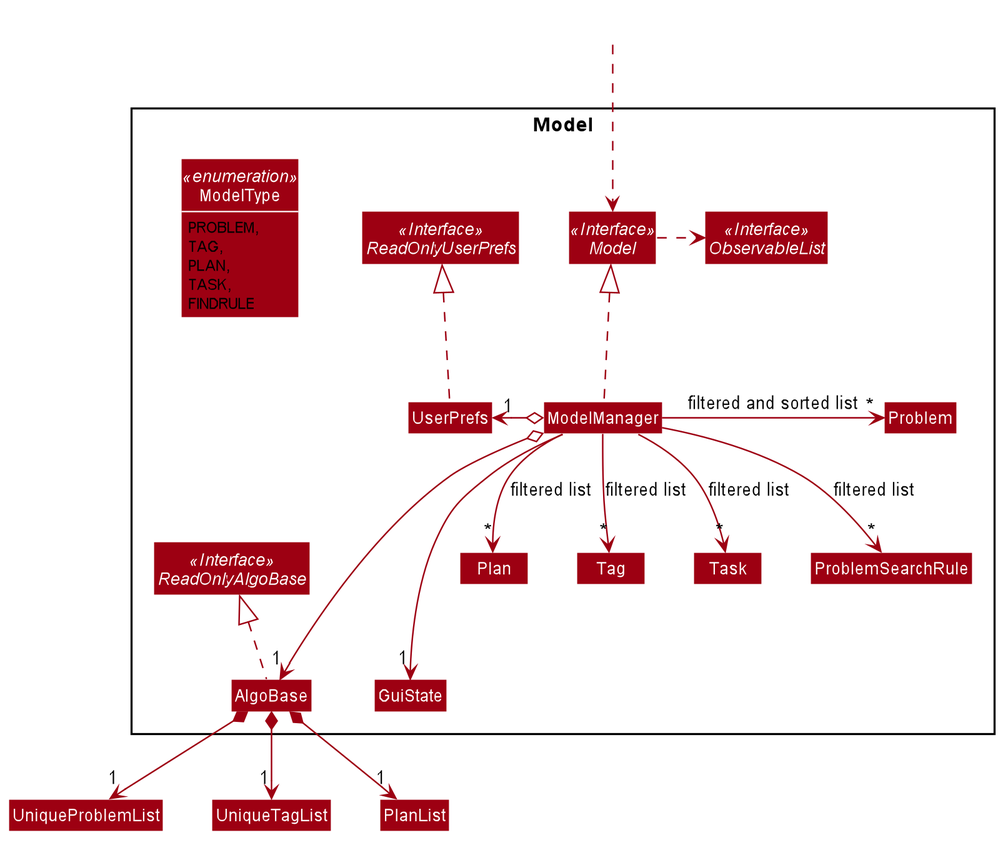
nus-cs2103-AY1920S1/addressbook-level3 keeps this PlantUML diagram as docs/images/design/model/ModelClassDiagram.png. Above is the earlier version.
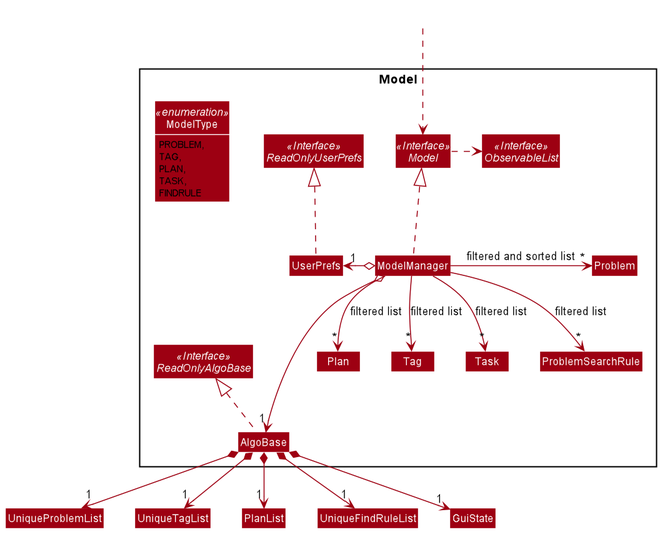
After the change.

What changed in the source:
```diff
@@ -1,4 +1,5 @@
 @startuml
+
 
 
 
@@ -70,7 +71,6 @@
         FINDRULE
     }
 
-    Class GuiState
     Class Plan
     Class Problem
     Class Tag
@@ -92,12 +92,13 @@
 ModelManager -->"*" Plan: filtered list
 ModelManager -->"*" Task: filtered list
 ModelManager -->"*" ProblemSearchRule: filtered list
-ModelManager --->"1" GuiState
 UserPrefs .up.|> ReadOnlyUserPrefs
 
 AlgoBase *--> "1" UniqueProblemList
 AlgoBase *--> "1" UniqueTagList
 AlgoBase *--> "1" PlanList
+AlgoBase *--> "1" UniqueFindRuleList
+AlgoBase *--> "1" GuiState
 
 
 @enduml
```
